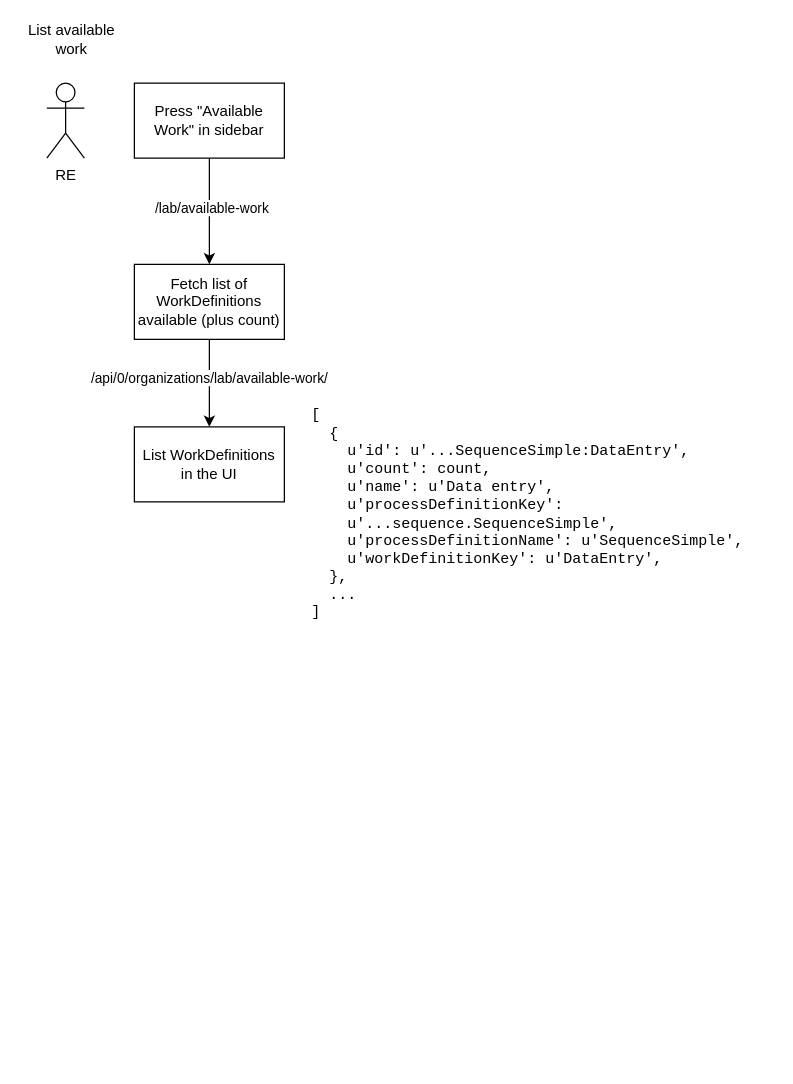
The draw.io diagram diagrams/2.3.1-list-available-work.drawio in commonlims/commonlims-design, before the edit. Source tidied: cells renumbered, new cells numbered last; positions are measured from the earlier drawing's top-left corner, leaving out a move shared by most shapes. Both pictures are drawn from the tidied source at 125%, with x=0, y=0 at pixel (21, 26).
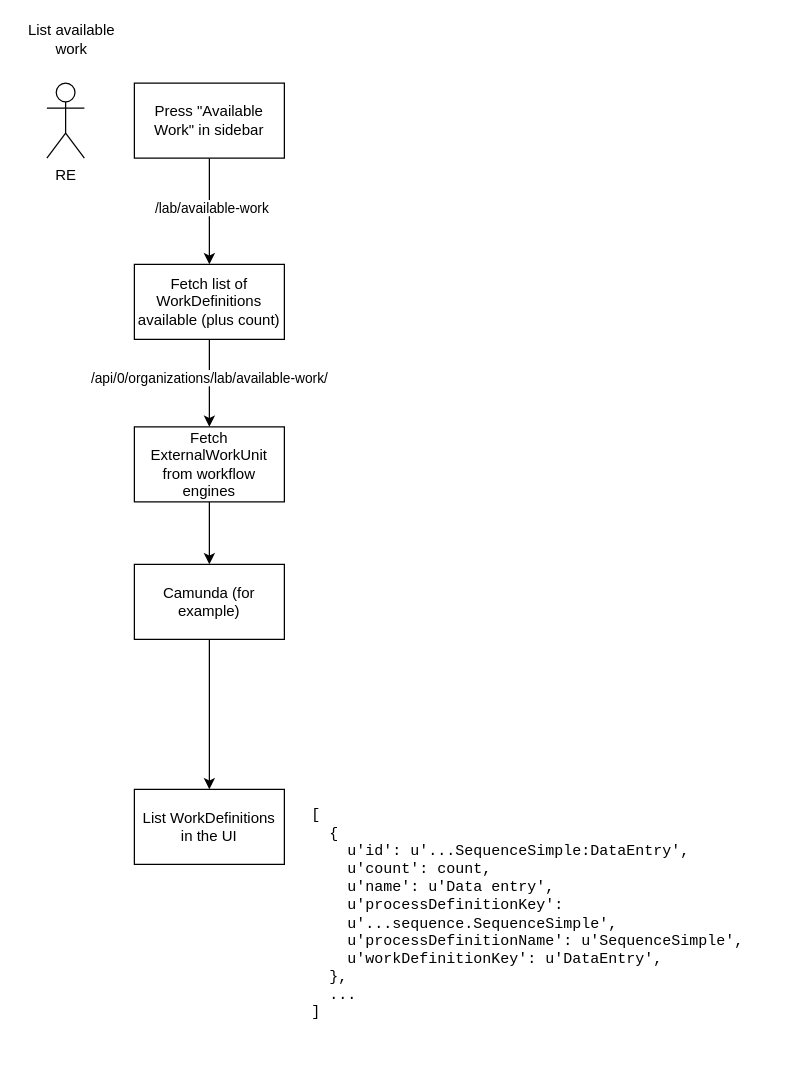
After the change.

The edit, as a diff of the source:
```diff
@@
 <mxGraphModel>
   <root>
     <mxCell id="0" />
     <mxCell id="1" parent="0" />
     <mxCell id="2" style="edgeStyle=orthogonalEdgeStyle;rounded=0;jettySize=auto;html=1;" parent="1" edge="1" source="4" target="9">
       <mxGeometry relative="1" as="geometry" />
     </mxCell>
     <mxCell id="3" value="/lab/available-work" style="edgeLabel;html=1;align=center;verticalAlign=middle;" parent="2" vertex="1">
       <mxGeometry x="-0.09" y="1" relative="1" as="geometry" />
     </mxCell>
     <mxCell id="4" value="Press &quot;Available Work&quot; in sidebar" style="rounded=0;whiteSpace=wrap;html=1;fontSize=12;" parent="1" vertex="1">
       <mxGeometry x="90" y="45" width="120" height="60" as="geometry" />
     </mxCell>
     <mxCell id="5" value="RE" style="shape=umlActor;verticalLabelPosition=bottom;verticalAlign=top;html=1;fontSize=12;" parent="1" vertex="1">
       <mxGeometry x="20" y="45" width="30" height="60" as="geometry" />
     </mxCell>
     <mxCell id="6" value="List available work" style="text;html=1;strokeColor=none;fillColor=none;align=center;verticalAlign=middle;whiteSpace=wrap;rounded=0;" parent="1" vertex="1">
       <mxGeometry width="80" height="20" as="geometry" />
     </mxCell>
-    <mxCell id="7" style="edgeStyle=orthogonalEdgeStyle;rounded=0;jettySize=auto;html=1;" parent="1" edge="1" source="9" target="10">
-      <mxGeometry relative="1" as="geometry" />
-    </mxCell>
-    <mxCell id="8" value="/api/0/organizations/lab/available-work/" style="edgeLabel;html=1;align=center;verticalAlign=middle;" parent="7" vertex="1">
-      <mxGeometry x="-0.13" y="-1" relative="1" as="geometry" />
-    </mxCell>
     <mxCell id="9" value="Fetch list of WorkDefinitions available (plus count)" style="rounded=0;whiteSpace=wrap;html=1;" parent="1" vertex="1">
       <mxGeometry x="90" y="190" width="120" height="60" as="geometry" />
     </mxCell>
     <mxCell id="10" value="List WorkDefinitions in the UI" style="whiteSpace=wrap;html=1;rounded=0;" parent="1" vertex="1">
-      <mxGeometry x="90" y="320" width="120" height="60" as="geometry" />
+      <mxGeometry x="90" y="610" width="120" height="60" as="geometry" />
     </mxCell>
     <mxCell id="11" value="[&lt;br&gt;&amp;nbsp; { &lt;br&gt;&amp;nbsp; &amp;nbsp; u'id': u'...SequenceSimple:DataEntry',&lt;br&gt;&amp;nbsp; &amp;nbsp; u'count': count,&lt;br&gt;&amp;nbsp; &amp;nbsp; u'name': u'Data entry',&lt;br&gt;&amp;nbsp; &amp;nbsp; u'processDefinitionKey':&lt;br&gt;&amp;nbsp; &amp;nbsp; u'...sequence.SequenceSimple',&lt;br&gt;&amp;nbsp; &amp;nbsp; u'processDefinitionName': u'SequenceSimple',&lt;br&gt;&amp;nbsp; &amp;nbsp; u'workDefinitionKey': u'DataEntry',&lt;br&gt;&amp;nbsp; },&lt;br&gt;&amp;nbsp; ...&lt;br&gt;]" style="text;html=1;strokeColor=none;fillColor=none;align=left;verticalAlign=middle;whiteSpace=wrap;rounded=0;fontFamily=Courier New;" parent="1" vertex="1">
-      <mxGeometry x="230" y="280" width="370" height="220" as="geometry" />
+      <mxGeometry x="230" y="600" width="370" height="220" as="geometry" />
     </mxCell>
     <mxCell id="12" style="edgeStyle=orthogonalEdgeStyle;rounded=0;orthogonalLoop=1;jettySize=auto;html=1;exitX=0.5;exitY=1;exitDx=0;exitDy=0;" parent="1" edge="1" source="11" target="11">
       <mxGeometry relative="1" as="geometry" />
     </mxCell>
+    <mxCell id="13" style="edgeStyle=orthogonalEdgeStyle;rounded=0;jettySize=auto;html=1;" parent="1" edge="1" source="16" target="10">
+      <mxGeometry relative="1" as="geometry" />
+    </mxCell>
+    <mxCell id="14" value="Fetch ExternalWorkUnit from workflow engines" style="rounded=0;whiteSpace=wrap;html=1;" parent="1" vertex="1">
+      <mxGeometry x="90" y="320" width="120" height="60" as="geometry" />
+    </mxCell>
+    <mxCell id="15" style="edgeStyle=orthogonalEdgeStyle;rounded=0;jettySize=auto;html=1;" parent="1" edge="1" source="9" target="14">
+      <mxGeometry relative="1" as="geometry" />
+    </mxCell>
+    <mxCell id="8" value="/api/0/organizations/lab/available-work/" style="edgeLabel;html=1;align=center;verticalAlign=middle;" parent="15" vertex="1">
+      <mxGeometry x="-0.13" y="-1" relative="1" as="geometry" />
+    </mxCell>
+    <mxCell id="16" value="Camunda (for example)" style="rounded=0;whiteSpace=wrap;html=1;" parent="1" vertex="1">
+      <mxGeometry x="90" y="430" width="120" height="60" as="geometry" />
+    </mxCell>
+    <mxCell id="17" style="edgeStyle=orthogonalEdgeStyle;rounded=0;jettySize=auto;html=1;" parent="1" edge="1" source="14" target="16">
+      <mxGeometry relative="1" as="geometry" />
+    </mxCell>
   </root>
 </mxGraphModel>
```
